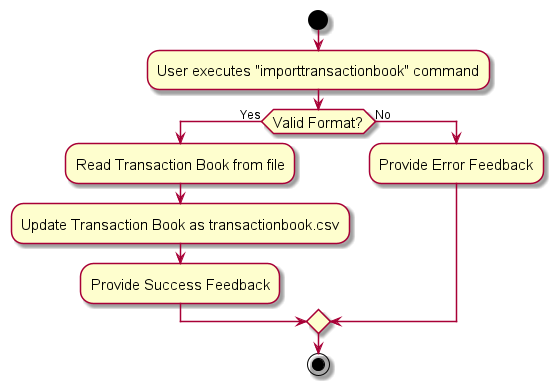
Before: docs/images/TransactionBookImportActivityDiagram.png, a diagram exported from PlantUML (nus-cs2103-AY2324S1/tp). Its diagram source:
```plantuml
@startuml
skin rose
skinparam ActivityFontSize 15
skinparam ArrowFontSize 12
start
:User executes "importtransactionbook" command;

if (Valid Format?) then (Yes)
    :Read Transaction Book from file;
    :Update Transaction Book as transactionbook.csv;
    :Provide Success Feedback;
else (No)
    :Provide Error Feedback;
endif

stop
@enduml
```
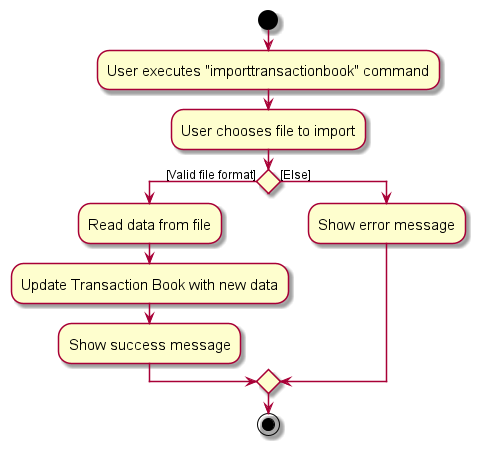
Later version of the same file.

Commit message:
Fix activity diagram

Diff of the diagram source:
```diff
@@ -4,13 +4,14 @@
 skinparam ArrowFontSize 12
 start
 :User executes "importtransactionbook" command;
+:User chooses file to import;
 
-if (Valid Format?) then (Yes)
-    :Read Transaction Book from file;
-    :Update Transaction Book as transactionbook.csv;
-    :Provide Success Feedback;
-else (No)
-    :Provide Error Feedback;
+if () then ([Valid file format])
+    :Read data from file;
+    :Update Transaction Book with new data;
+    :Show success message;
+else ([Else])
+    :Show error message;
 endif
 
 stop
```
